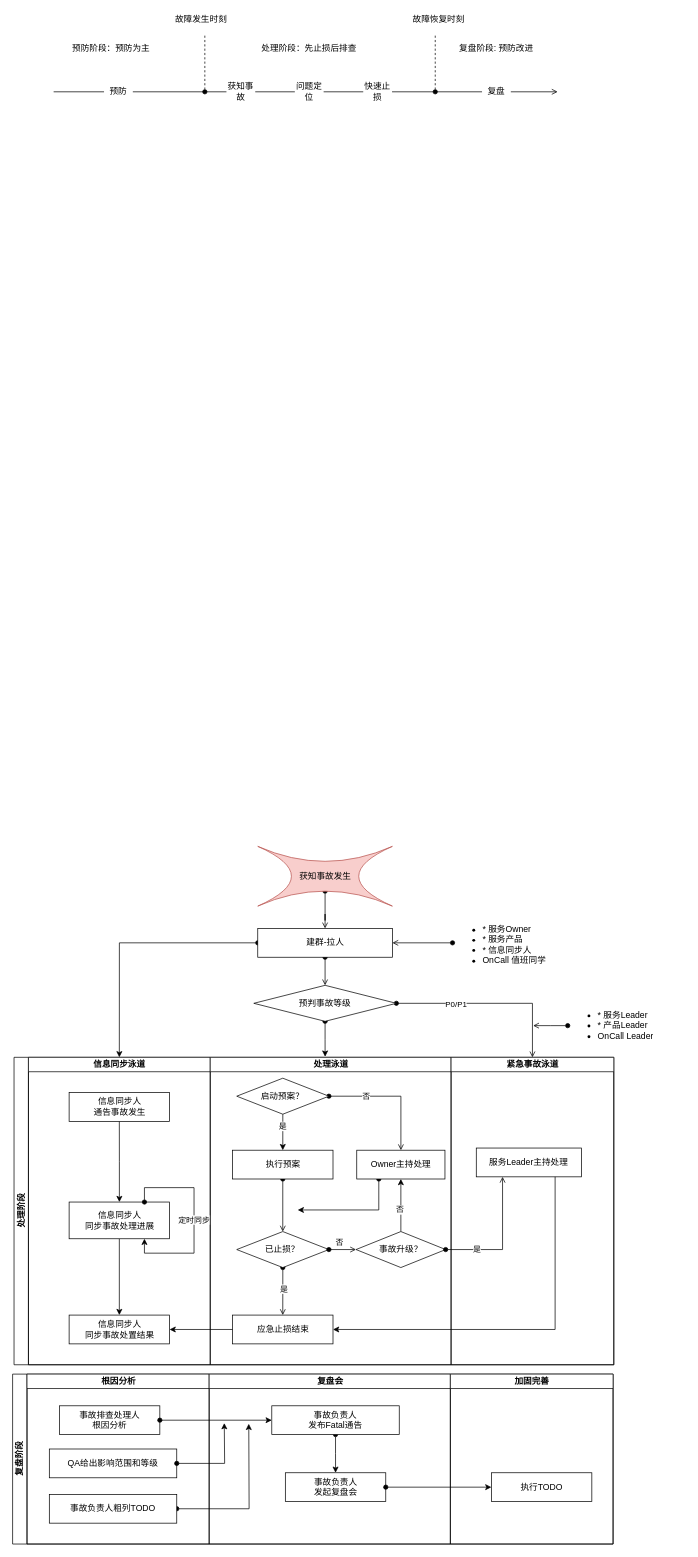
Above: Untitled Diagram.drawio in zhongweng/zimbook (draw.io), before the change. Source tidied: cells renumbered, new cells numbered last; positions are measured from the earlier drawing's top-left corner, leaving out a move shared by most shapes. Both pictures are drawn from the tidied source at 72%, with x=0, y=0 at pixel (12, 12).
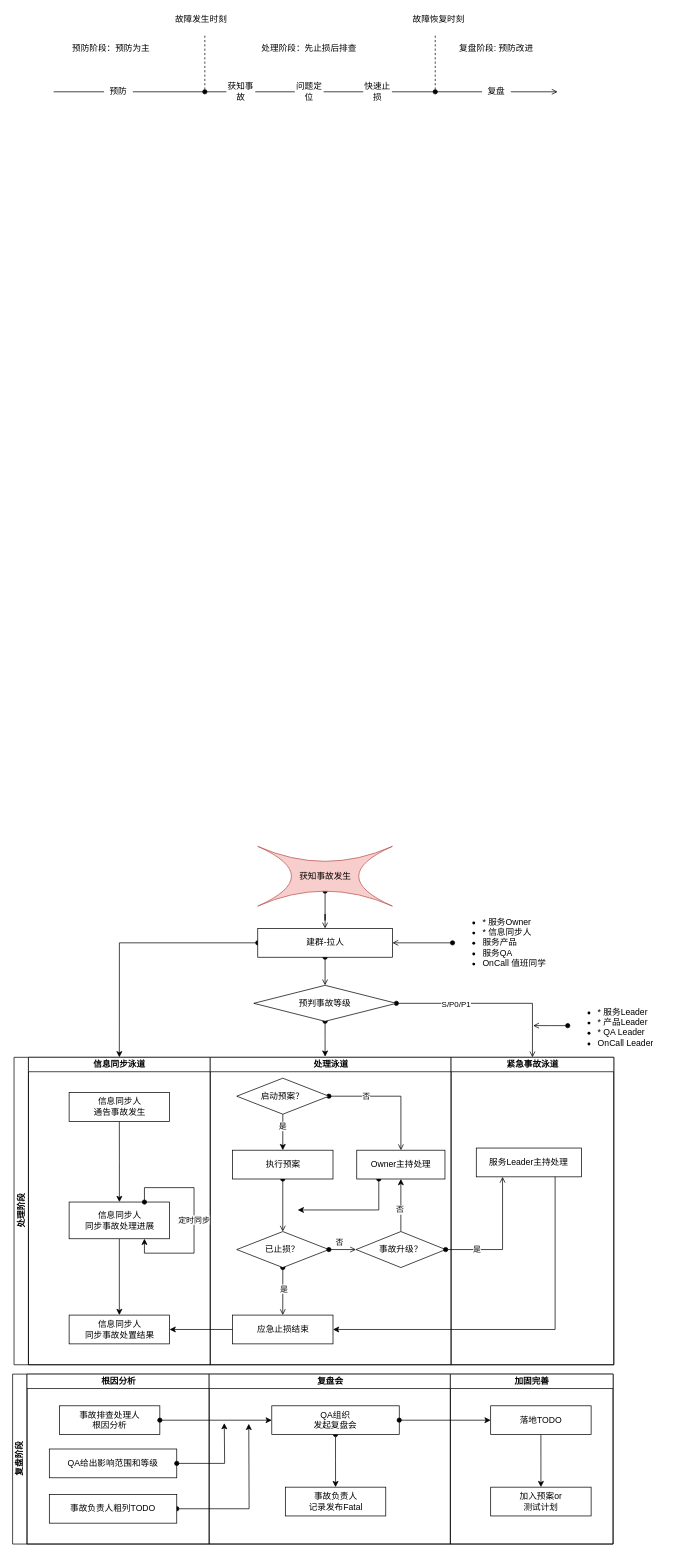
The same diagram, later.

The change refers to these unchanged cells:
```xml
<mxCell id="22" style="rounded=0;jettySize=auto;html=1;exitX=1;exitY=0.5;exitDx=0;exitDy=0;entryX=0.5;entryY=0;entryDx=0;entryDy=0;startArrow=oval;startFill=1;endArrow=open;endFill=0;edgeStyle=orthogonalEdgeStyle;" parent="1" edge="1" source="30" target="60">
  <mxGeometry relative="1" as="geometry" />
</mxCell>
<mxCell id="66" value="复盘阶段" style="swimlane;html=1;startSize=20;horizontal=0;" parent="1" vertex="1">
  <mxGeometry y="1891" width="834" height="236" as="geometry" />
</mxCell>
<mxCell id="71" value="复盘会" style="swimlane;html=1;startSize=20;" parent="66" vertex="1">
  <mxGeometry x="273" width="335" height="236" as="geometry" />
</mxCell>
<mxCell id="75" value="加固完善" style="swimlane;html=1;startSize=20;" parent="66" vertex="1">
  <mxGeometry x="608" width="226" height="236" as="geometry" />
</mxCell>
```

What changed in the source:
```diff
@@
-    <mxCell id="23" value="P0/P1" style="edgeLabel;html=1;align=center;verticalAlign=middle;" parent="22" vertex="1">
+    <mxCell id="23" value="S/P0/P1" style="edgeLabel;html=1;align=center;verticalAlign=middle;" parent="22" vertex="1">
       <mxGeometry x="-0.38" relative="1" as="geometry">
         <mxPoint y="1" as="offset" />
       </mxGeometry>
     </mxCell>
@@
-    <mxCell id="28" value="&lt;ul&gt;&lt;li&gt;* 服务Owner&lt;/li&gt;&lt;li&gt;* 服务产品&lt;/li&gt;&lt;li&gt;* 信息同步人&lt;/li&gt;&lt;li&gt;OnCall 值班同学&lt;/li&gt;&lt;/ul&gt;" style="text;strokeColor=none;fillColor=none;html=1;whiteSpace=wrap;verticalAlign=middle;overflow=hidden;" parent="1" vertex="1">
-      <mxGeometry x="611" y="1252" width="163" height="80" as="geometry" />
+    <mxCell id="28" value="&lt;ul&gt;&lt;li&gt;* 服务Owner&lt;/li&gt;&lt;li&gt;* 信息同步人&lt;/li&gt;&lt;li&gt;服务产品&lt;/li&gt;&lt;li&gt;服务QA&lt;/li&gt;&lt;li&gt;OnCall 值班同学&lt;/li&gt;&lt;/ul&gt;" style="text;strokeColor=none;fillColor=none;html=1;whiteSpace=wrap;verticalAlign=middle;overflow=hidden;" parent="1" vertex="1">
+      <mxGeometry x="611" y="1241" width="163" height="102" as="geometry" />
     </mxCell>
@@
-    <mxCell id="32" value="&lt;ul&gt;&lt;li&gt;* 服务Leader&lt;/li&gt;&lt;li&gt;* 产品Leader&lt;/li&gt;&lt;li&gt;OnCall Leader&lt;/li&gt;&lt;/ul&gt;" style="text;strokeColor=none;fillColor=none;html=1;whiteSpace=wrap;verticalAlign=middle;overflow=hidden;" parent="1" vertex="1">
+    <mxCell id="32" value="&lt;ul&gt;&lt;li&gt;* 服务Leader&lt;/li&gt;&lt;li&gt;* 产品Leader&lt;/li&gt;&lt;li&gt;* QA Leader&lt;/li&gt;&lt;li&gt;OnCall Leader&lt;/li&gt;&lt;/ul&gt;" style="text;strokeColor=none;fillColor=none;html=1;whiteSpace=wrap;verticalAlign=middle;overflow=hidden;" parent="1" vertex="1">
       <mxGeometry x="771" y="1367" width="163" height="80" as="geometry" />
     </mxCell>
@@
+    <mxCell id="74" value="&lt;span&gt;事故负责人&lt;/span&gt;&lt;br&gt;&lt;span&gt;记录发布Fatal&lt;/span&gt;" style="whiteSpace=wrap;html=1;" parent="71" vertex="1">
+      <mxGeometry x="105.8" y="157" width="139.5" height="40" as="geometry" />
+    </mxCell>
-    <mxCell id="73" value="事故负责人&lt;br&gt;发布Fatal通告" style="whiteSpace=wrap;html=1;" parent="71" vertex="1">
+    <mxCell id="73" value="QA组织&lt;br&gt;发起复盘会" style="whiteSpace=wrap;html=1;" parent="71" vertex="1">
       <mxGeometry x="87" y="44" width="177" height="40" as="geometry" />
     </mxCell>
-    <mxCell id="74" value="事故负责人&lt;br&gt;发起复盘会" style="whiteSpace=wrap;html=1;" parent="71" vertex="1">
-      <mxGeometry x="105.8" y="137" width="139.5" height="40" as="geometry" />
-    </mxCell>
@@
+    <mxCell id="80" style="edgeStyle=orthogonalEdgeStyle;rounded=0;jettySize=auto;html=1;exitX=0.5;exitY=1;exitDx=0;exitDy=0;" parent="75" edge="1" source="76" target="81">
+      <mxGeometry relative="1" as="geometry" />
+    </mxCell>
-    <mxCell id="76" value="执行TODO" style="whiteSpace=wrap;html=1;" parent="75" vertex="1">
-      <mxGeometry x="57" y="137" width="139.5" height="40" as="geometry" />
+    <mxCell id="76" value="落地TODO" style="whiteSpace=wrap;html=1;" parent="75" vertex="1">
+      <mxGeometry x="56" y="44" width="139.5" height="40" as="geometry" />
     </mxCell>
+    <mxCell id="81" value="加入预案or&lt;br&gt;测试计划" style="whiteSpace=wrap;html=1;" parent="75" vertex="1">
+      <mxGeometry x="56" y="157" width="139.5" height="40" as="geometry" />
+    </mxCell>
@@
-    <mxCell id="79" style="edgeStyle=orthogonalEdgeStyle;rounded=0;jettySize=auto;html=1;exitX=1;exitY=0.5;exitDx=0;exitDy=0;entryX=0;entryY=0.5;entryDx=0;entryDy=0;startArrow=oval;startFill=1;" parent="66" edge="1" source="74" target="76">
+    <mxCell id="79" style="edgeStyle=orthogonalEdgeStyle;rounded=0;jettySize=auto;html=1;exitX=1;exitY=0.5;exitDx=0;exitDy=0;entryX=0;entryY=0.5;entryDx=0;entryDy=0;startArrow=oval;startFill=1;" parent="66" edge="1" source="73" target="76">
       <mxGeometry relative="1" as="geometry" />
     </mxCell>
```
